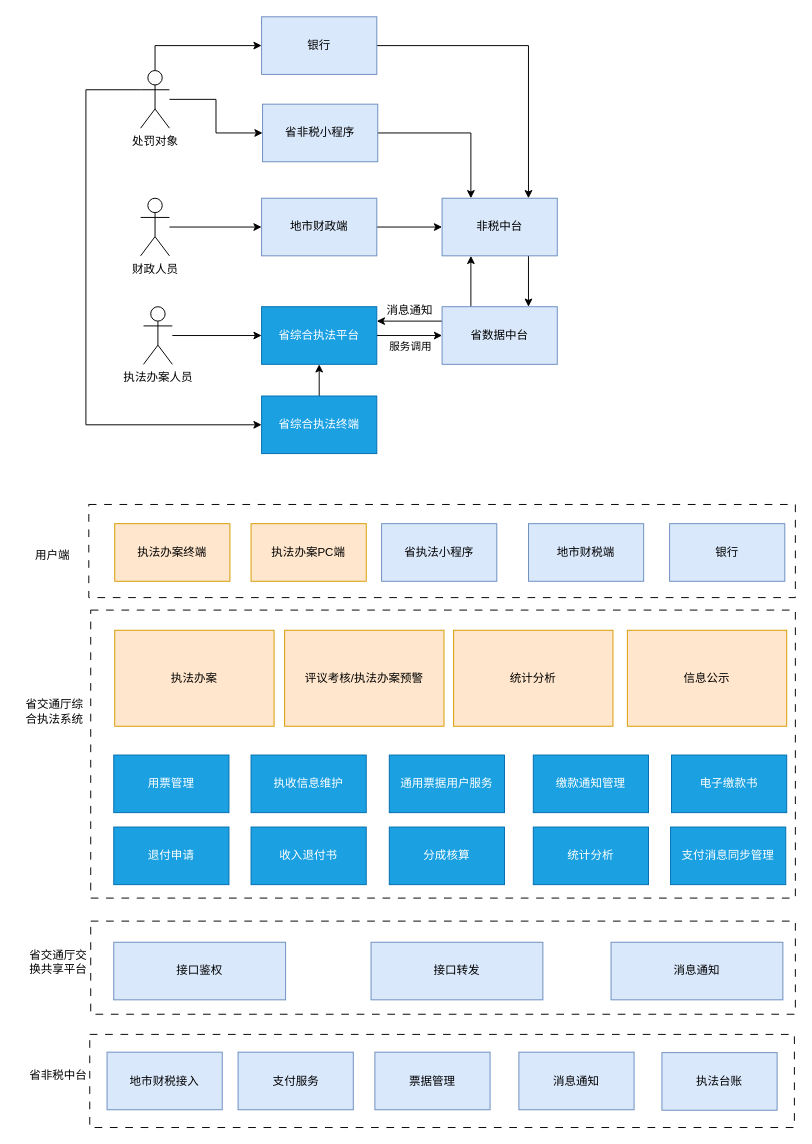
Before: page "新疆移民局技术架构" (7 of 9) of 未命名绘图.drawio in jackyliu/design, a draw.io diagram. Source tidied: cells renumbered, new cells numbered last; positions are measured from the earlier drawing's top-left corner, leaving out a move shared by most shapes. Both pictures are drawn from the tidied source at 96%, with x=0, y=0 at pixel (16, 16).
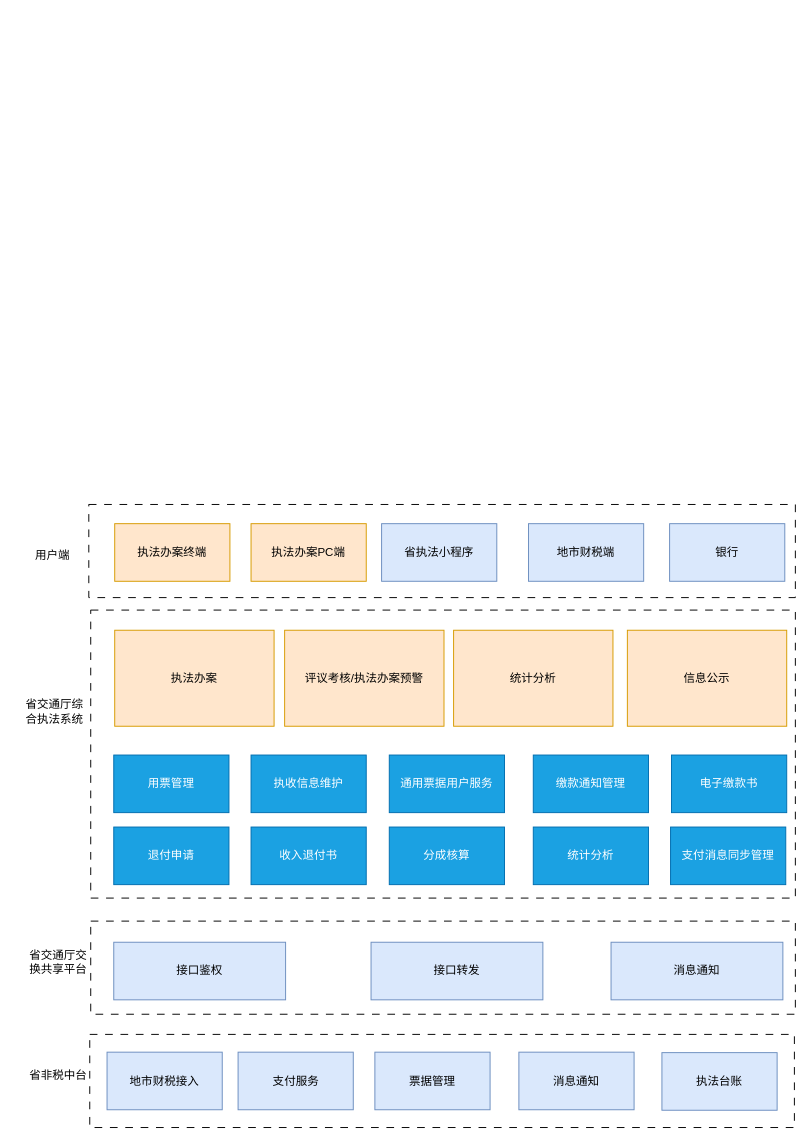
Above is the later version.

Commit message:
更新未命名绘图.drawio

Diff of the diagram source:
```diff
@@
-    <mxCell id="3" style="edgeStyle=orthogonalEdgeStyle;rounded=0;jettySize=auto;html=1;exitX=1;exitY=0.5;exitDx=0;exitDy=0;" parent="1" edge="1" source="5" target="10">
-      <mxGeometry relative="1" as="geometry" />
-    </mxCell>
-    <mxCell id="4" value="服务调用" style="edgeLabel;html=1;align=center;verticalAlign=middle;" parent="3" vertex="1">
-      <mxGeometry x="-0.1" y="4" relative="1" as="geometry">
-        <mxPoint x="3" y="15" as="offset" />
-      </mxGeometry>
-    </mxCell>
-    <mxCell id="5" value="省综合执法平台" style="rounded=0;whiteSpace=wrap;html=1;fillColor=#1ba1e2;fontColor=#ffffff;strokeColor=#006EAF;" parent="1" vertex="1">
-      <mxGeometry x="255" y="302" width="120" height="60" as="geometry" />
-    </mxCell>
-    <mxCell id="6" style="edgeStyle=orthogonalEdgeStyle;rounded=0;jettySize=auto;html=1;" parent="1" edge="1" source="7" target="5">
-      <mxGeometry relative="1" as="geometry" />
-    </mxCell>
-    <mxCell id="7" value="执法办案人员" style="shape=umlActor;verticalLabelPosition=bottom;verticalAlign=top;html=1;outlineConnect=0;" parent="1" vertex="1">
-      <mxGeometry x="132" y="302" width="30" height="60" as="geometry" />
-    </mxCell>
-    <mxCell id="8" style="edgeStyle=orthogonalEdgeStyle;rounded=0;jettySize=auto;html=1;exitX=0;exitY=0.25;exitDx=0;exitDy=0;entryX=1;entryY=0.25;entryDx=0;entryDy=0;" parent="1" edge="1" source="10" target="5">
-      <mxGeometry relative="1" as="geometry" />
-    </mxCell>
-    <mxCell id="9" style="edgeStyle=orthogonalEdgeStyle;rounded=0;jettySize=auto;html=1;exitX=0.25;exitY=0;exitDx=0;exitDy=0;entryX=0.25;entryY=1;entryDx=0;entryDy=0;" parent="1" edge="1" source="10" target="12">
-      <mxGeometry relative="1" as="geometry" />
-    </mxCell>
-    <mxCell id="10" value="省数据中台" style="rounded=0;whiteSpace=wrap;html=1;fillColor=#dae8fc;strokeColor=#6c8ebf;" parent="1" vertex="1">
-      <mxGeometry x="443" y="302" width="120" height="60" as="geometry" />
-    </mxCell>
-    <mxCell id="11" style="edgeStyle=orthogonalEdgeStyle;rounded=0;jettySize=auto;html=1;exitX=0.75;exitY=1;exitDx=0;exitDy=0;entryX=0.75;entryY=0;entryDx=0;entryDy=0;" parent="1" edge="1" source="12" target="10">
-      <mxGeometry relative="1" as="geometry" />
-    </mxCell>
-    <mxCell id="12" value="非税中台" style="rounded=0;whiteSpace=wrap;html=1;fillColor=#dae8fc;strokeColor=#6c8ebf;" parent="1" vertex="1">
-      <mxGeometry x="443" y="189" width="120" height="60" as="geometry" />
-    </mxCell>
-    <mxCell id="13" value="消息通知" style="text;html=1;align=center;verticalAlign=middle;strokeColor=none;fillColor=none;" parent="1" vertex="1">
-      <mxGeometry x="376" y="293" width="66" height="26" as="geometry" />
-    </mxCell>
-    <mxCell id="14" style="edgeStyle=orthogonalEdgeStyle;rounded=0;jettySize=auto;html=1;exitX=1;exitY=0.5;exitDx=0;exitDy=0;entryX=0;entryY=0.5;entryDx=0;entryDy=0;" parent="1" edge="1" source="15" target="12">
-      <mxGeometry relative="1" as="geometry" />
-    </mxCell>
-    <mxCell id="15" value="地市财政端" style="rounded=0;whiteSpace=wrap;html=1;fillColor=#dae8fc;strokeColor=#6c8ebf;" parent="1" vertex="1">
-      <mxGeometry x="255" y="189" width="120" height="60" as="geometry" />
-    </mxCell>
-    <mxCell id="16" style="edgeStyle=orthogonalEdgeStyle;rounded=0;jettySize=auto;html=1;exitX=1;exitY=0.5;exitDx=0;exitDy=0;entryX=0.25;entryY=0;entryDx=0;entryDy=0;" parent="1" edge="1" source="17" target="12">
-      <mxGeometry relative="1" as="geometry" />
-    </mxCell>
-    <mxCell id="17" value="省非税小程序" style="rounded=0;whiteSpace=wrap;html=1;fillColor=#dae8fc;strokeColor=#6c8ebf;" parent="1" vertex="1">
-      <mxGeometry x="256" y="91" width="120" height="60" as="geometry" />
-    </mxCell>
-    <mxCell id="18" style="edgeStyle=orthogonalEdgeStyle;rounded=0;jettySize=auto;html=1;entryX=0;entryY=0.5;entryDx=0;entryDy=0;" parent="1" edge="1" source="21" target="17">
-      <mxGeometry relative="1" as="geometry" />
-    </mxCell>
-    <mxCell id="19" style="edgeStyle=orthogonalEdgeStyle;rounded=0;jettySize=auto;html=1;exitX=0.5;exitY=0;exitDx=0;exitDy=0;exitPerimeter=0;entryX=0;entryY=0.5;entryDx=0;entryDy=0;" parent="1" edge="1" source="21" target="23">
-      <mxGeometry relative="1" as="geometry" />
-    </mxCell>
-    <mxCell id="20" style="edgeStyle=orthogonalEdgeStyle;rounded=0;jettySize=auto;html=1;exitX=0;exitY=0.3333333333333333;exitDx=0;exitDy=0;exitPerimeter=0;entryX=0;entryY=0.5;entryDx=0;entryDy=0;" parent="1" edge="1" source="21" target="60">
-      <mxGeometry relative="1" as="geometry">
-        <Array as="points">
-          <mxPoint x="72" y="76" />
-          <mxPoint x="72" y="425" />
-        </Array>
-      </mxGeometry>
-    </mxCell>
-    <mxCell id="21" value="处罚对象" style="shape=umlActor;verticalLabelPosition=bottom;verticalAlign=top;html=1;outlineConnect=0;" parent="1" vertex="1">
-      <mxGeometry x="129" y="56" width="30" height="60" as="geometry" />
-    </mxCell>
-    <mxCell id="22" style="edgeStyle=orthogonalEdgeStyle;rounded=0;jettySize=auto;html=1;exitX=1;exitY=0.5;exitDx=0;exitDy=0;entryX=0.75;entryY=0;entryDx=0;entryDy=0;" parent="1" edge="1" source="23" target="12">
-      <mxGeometry relative="1" as="geometry" />
-    </mxCell>
-    <mxCell id="23" value="银行" style="rounded=0;whiteSpace=wrap;html=1;fillColor=#dae8fc;strokeColor=#6c8ebf;" parent="1" vertex="1">
-      <mxGeometry x="255" width="120" height="60" as="geometry" />
-    </mxCell>
-    <mxCell id="24" style="edgeStyle=orthogonalEdgeStyle;rounded=0;jettySize=auto;html=1;entryX=0;entryY=0.5;entryDx=0;entryDy=0;" parent="1" edge="1" source="25" target="15">
-      <mxGeometry relative="1" as="geometry" />
-    </mxCell>
-    <mxCell id="25" value="财政人员" style="shape=umlActor;verticalLabelPosition=bottom;verticalAlign=top;html=1;outlineConnect=0;" parent="1" vertex="1">
-      <mxGeometry x="129" y="189" width="30" height="60" as="geometry" />
-    </mxCell>
@@
-    <mxCell id="59" style="edgeStyle=orthogonalEdgeStyle;rounded=0;jettySize=auto;html=1;exitX=0.5;exitY=0;exitDx=0;exitDy=0;entryX=0.5;entryY=1;entryDx=0;entryDy=0;" parent="1" edge="1" source="60" target="5">
-      <mxGeometry relative="1" as="geometry" />
-    </mxCell>
-    <mxCell id="60" value="省综合执法终端" style="rounded=0;whiteSpace=wrap;html=1;fillColor=#1ba1e2;fontColor=#ffffff;strokeColor=#006EAF;" parent="1" vertex="1">
-      <mxGeometry x="255" y="395" width="120" height="60" as="geometry" />
-    </mxCell>
```
